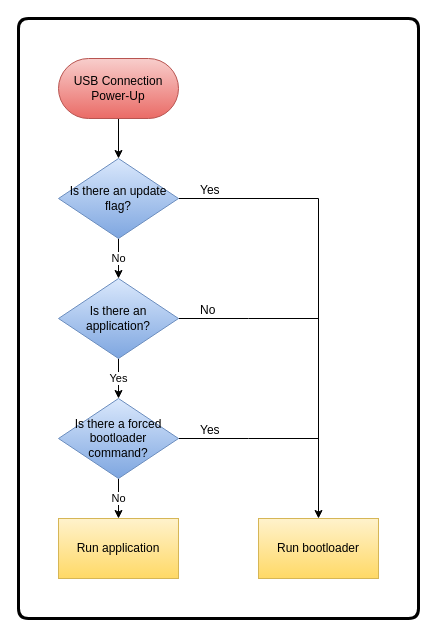
enginsubasi/ADAQ-Bootloader keeps this draw.io diagram as doc/ADAQ-Bootloader-Flowchart.drawio. Above is the earlier version. Source tidied: cells renumbered, new cells numbered last; positions are measured from the earlier drawing's top-left corner, leaving out a move shared by most shapes. Both pictures are drawn from the tidied source at 100%, with x=0, y=0 at pixel (18, 18).
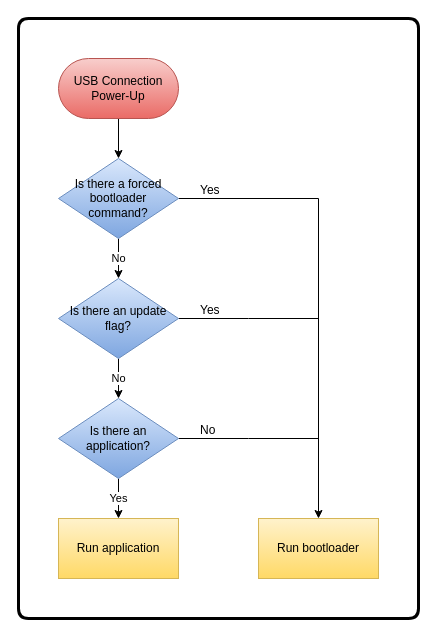
After the change.

Unchanged cells that the change refers to:
```xml
<mxCell id="11" value="Run application" style="rounded=0;whiteSpace=wrap;html=1;gradientColor=#ffd966;fillColor=#fff2cc;strokeColor=#d6b656;" parent="1" vertex="1">
  <mxGeometry x="40" y="500" width="120" height="60" as="geometry" />
</mxCell>
```

What changed in the source:
```diff
@@
-    <mxCell id="6" value="Is there an update flag?" style="rhombus;whiteSpace=wrap;html=1;gradientColor=#7ea6e0;fillColor=#dae8fc;strokeColor=#6c8ebf;" parent="1" vertex="1">
+    <mxCell id="6" value="&lt;span style=&quot;white-space: normal&quot;&gt;Is there a forced bootloader command?&lt;/span&gt;" style="rhombus;whiteSpace=wrap;html=1;gradientColor=#7ea6e0;fillColor=#dae8fc;strokeColor=#6c8ebf;" parent="1" vertex="1">
       <mxGeometry x="40" y="140" width="120" height="80" as="geometry" />
     </mxCell>
-    <mxCell id="7" value="Yes" style="edgeStyle=orthogonalEdgeStyle;rounded=0;jettySize=auto;html=1;exitX=0.5;exitY=1;exitDx=0;exitDy=0;entryX=0.5;entryY=0;entryDx=0;entryDy=0;" parent="1" edge="1" source="9" target="14">
+    <mxCell id="7" value="No" style="edgeStyle=orthogonalEdgeStyle;rounded=0;jettySize=auto;html=1;exitX=0.5;exitY=1;exitDx=0;exitDy=0;entryX=0.5;entryY=0;entryDx=0;entryDy=0;" parent="1" edge="1" source="9" target="14">
       <mxGeometry relative="1" as="geometry" />
     </mxCell>
@@
-    <mxCell id="9" value="Is there an application?" style="rhombus;whiteSpace=wrap;html=1;gradientColor=#7ea6e0;fillColor=#dae8fc;strokeColor=#6c8ebf;" parent="1" vertex="1">
+    <mxCell id="9" value="&lt;span style=&quot;white-space: normal&quot;&gt;Is there an update flag?&lt;/span&gt;" style="rhombus;whiteSpace=wrap;html=1;gradientColor=#7ea6e0;fillColor=#dae8fc;strokeColor=#6c8ebf;" parent="1" vertex="1">
       <mxGeometry x="40" y="260" width="120" height="80" as="geometry" />
     </mxCell>
@@
-    <mxCell id="12" value="No" style="edgeStyle=orthogonalEdgeStyle;rounded=0;jettySize=auto;html=1;exitX=0.5;exitY=1;exitDx=0;exitDy=0;entryX=0.5;entryY=0;entryDx=0;entryDy=0;" parent="1" edge="1" source="14" target="11">
+    <mxCell id="12" value="Yes" style="edgeStyle=orthogonalEdgeStyle;rounded=0;jettySize=auto;html=1;exitX=0.5;exitY=1;exitDx=0;exitDy=0;entryX=0.5;entryY=0;entryDx=0;entryDy=0;" parent="1" edge="1" source="14" target="11">
       <mxGeometry relative="1" as="geometry" />
     </mxCell>
@@
-    <mxCell id="14" value="Is there a forced bootloader command?" style="rhombus;whiteSpace=wrap;html=1;gradientColor=#7ea6e0;fillColor=#dae8fc;strokeColor=#6c8ebf;" parent="1" vertex="1">
+    <mxCell id="14" value="Is there an application?" style="rhombus;whiteSpace=wrap;html=1;gradientColor=#7ea6e0;fillColor=#dae8fc;strokeColor=#6c8ebf;" parent="1" vertex="1">
       <mxGeometry x="40" y="380" width="120" height="80" as="geometry" />
     </mxCell>
@@
-    <mxCell id="17" value="No" style="text;html=1;align=left;verticalAlign=top;spacingTop=-4;" parent="1" vertex="1">
-      <mxGeometry x="180" y="282" width="30" height="20" as="geometry" />
+    <mxCell id="17" value="Yes" style="text;html=1;align=left;verticalAlign=top;spacingTop=-4;" parent="1" vertex="1">
+      <mxGeometry x="180" y="282" width="40" height="20" as="geometry" />
     </mxCell>
-    <mxCell id="18" value="Yes" style="text;html=1;align=left;verticalAlign=top;spacingTop=-4;" parent="1" vertex="1">
-      <mxGeometry x="180" y="402" width="40" height="20" as="geometry" />
+    <mxCell id="18" value="No" style="text;html=1;align=left;verticalAlign=top;spacingTop=-4;" parent="1" vertex="1">
+      <mxGeometry x="180" y="402" width="30" height="20" as="geometry" />
     </mxCell>
```
